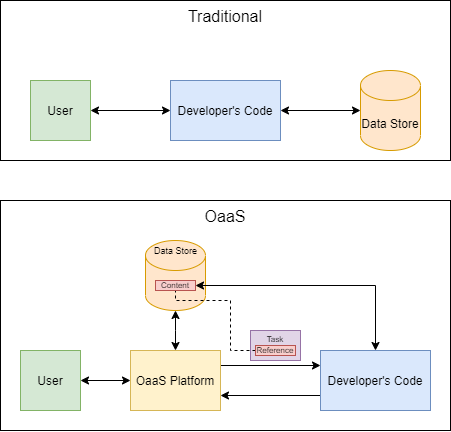
The draw.io diagram doc/diagrams/oaas_concept.dio.png in hpcclab/OaaS, before a commit. Source tidied: cells renumbered, new cells last; positions are measured from the earlier drawing's top-left corner, leaving out a move shared by most shapes.
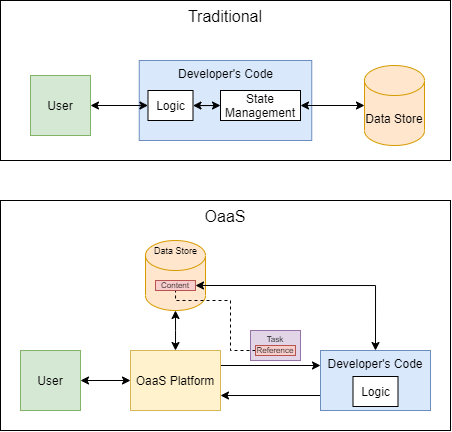
The same file after the commit.

Diff of the diagram source:
```diff
@@ -8,22 +8,17 @@
     <mxCell id="3" value="Traditional" style="rounded=0;whiteSpace=wrap;html=1;verticalAlign=top;fontSize=16;" parent="1" vertex="1">
       <mxGeometry width="450" height="160" as="geometry" />
     </mxCell>
-    <mxCell id="4" style="edgeStyle=orthogonalEdgeStyle;rounded=0;jettySize=auto;html=1;startArrow=classic;startFill=1;" parent="1" edge="1" source="5" target="6">
-      <mxGeometry relative="1" as="geometry" />
-    </mxCell>
-    <mxCell id="5" value="Developer's Code" style="rounded=0;whiteSpace=wrap;html=1;fillColor=#dae8fc;strokeColor=#6c8ebf;" parent="1" vertex="1">
-      <mxGeometry x="170" y="80" width="110" height="60" as="geometry" />
+    <mxCell id="5" value="Developer's Code" style="rounded=0;whiteSpace=wrap;html=1;fillColor=#dae8fc;strokeColor=#6c8ebf;verticalAlign=top;" parent="1" vertex="1">
+      <mxGeometry x="138.8" y="60" width="172.5" height="80" as="geometry" />
     </mxCell>
     <mxCell id="6" value="Data Store" style="shape=cylinder3;whiteSpace=wrap;html=1;boundedLbl=1;backgroundOutline=1;size=15;fillColor=#ffe6cc;strokeColor=#d79b00;" parent="1" vertex="1">
-      <mxGeometry x="360" y="70" width="60" height="80" as="geometry" />
+      <mxGeometry x="364" y="65" width="60" height="80" as="geometry" />
     </mxCell>
-    <mxCell id="7" style="edgeStyle=orthogonalEdgeStyle;rounded=0;jettySize=auto;html=1;exitX=1;exitY=0.5;exitDx=0;exitDy=0;startArrow=classic;startFill=1;" parent="1" edge="1" source="8">
-      <mxGeometry relative="1" as="geometry">
-        <mxPoint x="170" y="110" as="targetPoint" />
-      </mxGeometry>
+    <mxCell id="7" style="edgeStyle=orthogonalEdgeStyle;rounded=0;jettySize=auto;html=1;exitX=1;exitY=0.5;exitDx=0;exitDy=0;startArrow=classic;startFill=1;entryX=0;entryY=0.5;entryDx=0;entryDy=0;" parent="1" edge="1" source="8" target="24">
+      <mxGeometry relative="1" as="geometry" />
     </mxCell>
     <mxCell id="8" value="User" style="rounded=0;whiteSpace=wrap;html=1;fillColor=#d5e8d4;strokeColor=#82b366;" parent="1" vertex="1">
-      <mxGeometry x="30" y="80" width="60" height="60" as="geometry" />
+      <mxGeometry x="30" y="75" width="60" height="60" as="geometry" />
     </mxCell>
     <mxCell id="9" style="edgeStyle=orthogonalEdgeStyle;rounded=0;jettySize=auto;html=1;exitX=0.5;exitY=0;exitDx=0;exitDy=0;entryX=0.5;entryY=1;entryDx=0;entryDy=0;entryPerimeter=0;startArrow=classic;startFill=1;" parent="1" edge="1" source="11" target="12">
       <mxGeometry relative="1" as="geometry">
@@ -52,7 +47,7 @@
         </Array>
       </mxGeometry>
     </mxCell>
-    <mxCell id="15" value="Developer's Code" style="rounded=0;whiteSpace=wrap;html=1;fillColor=#dae8fc;strokeColor=#6c8ebf;" parent="1" vertex="1">
+    <mxCell id="15" value="Developer's Code" style="rounded=0;whiteSpace=wrap;html=1;fillColor=#dae8fc;strokeColor=#6c8ebf;verticalAlign=top;" parent="1" vertex="1">
       <mxGeometry x="320" y="350" width="110" height="60" as="geometry" />
     </mxCell>
     <mxCell id="16" style="edgeStyle=orthogonalEdgeStyle;rounded=0;jettySize=auto;html=1;startArrow=classic;startFill=1;entryX=0;entryY=0.5;entryDx=0;entryDy=0;" parent="1" edge="1" source="17" target="11">
@@ -82,5 +77,20 @@
     <mxCell id="22" value="Data Store" style="text;html=1;strokeColor=none;fillColor=none;align=center;verticalAlign=middle;whiteSpace=wrap;rounded=0;fontSize=9;" parent="1" vertex="1">
       <mxGeometry x="147.5" y="240" width="55" height="20" as="geometry" />
     </mxCell>
+    <mxCell id="23" style="edgeStyle=orthogonalEdgeStyle;rounded=0;jettySize=auto;html=1;entryX=0;entryY=0.5;entryDx=0;entryDy=0;fontSize=12;startArrow=classic;startFill=1;" parent="1" edge="1" source="24" target="25">
+      <mxGeometry relative="1" as="geometry" />
+    </mxCell>
+    <mxCell id="24" value="Logic" style="rounded=0;whiteSpace=wrap;html=1;verticalAlign=middle;fontSize=12;" parent="1" vertex="1">
+      <mxGeometry x="147.5" y="90" width="45" height="30" as="geometry" />
+    </mxCell>
+    <mxCell id="25" value="State Management" style="rounded=0;whiteSpace=wrap;html=1;verticalAlign=middle;fontSize=12;" parent="1" vertex="1">
+      <mxGeometry x="220" y="90" width="80" height="30" as="geometry" />
+    </mxCell>
+    <mxCell id="4" style="edgeStyle=orthogonalEdgeStyle;rounded=0;jettySize=auto;html=1;startArrow=classic;startFill=1;exitX=1;exitY=0.5;exitDx=0;exitDy=0;" parent="1" edge="1" source="25" target="6">
+      <mxGeometry relative="1" as="geometry" />
+    </mxCell>
+    <mxCell id="26" value="Logic" style="rounded=0;whiteSpace=wrap;html=1;verticalAlign=middle;fontSize=12;" parent="1" vertex="1">
+      <mxGeometry x="352.5" y="376" width="45" height="30" as="geometry" />
+    </mxCell>
   </root>
 </mxGraphModel>
```
